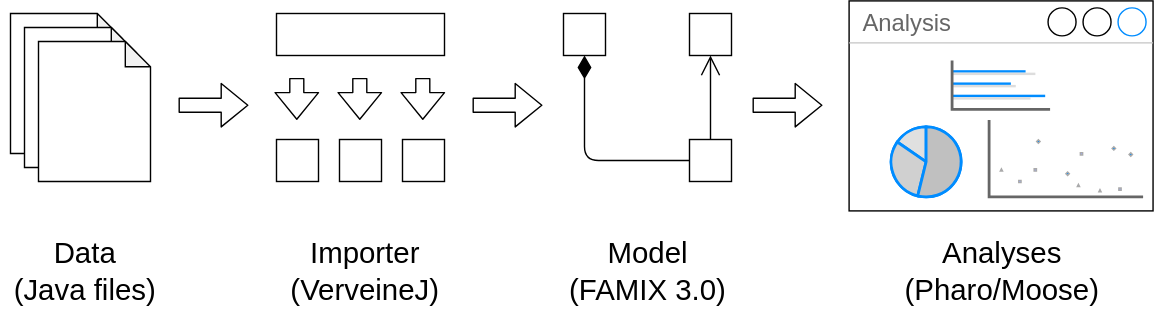
Earlier version of the draw.io export src/content/docs/blog/img/posts/towards-analyzing-typescript/puzzle.drawio.svg (moosetechnology/moosetechnology.github.io). Source tidied: cells renumbered, new cells last; positions are measured from the earlier drawing's top-left corner, leaving out a move shared by most shapes.
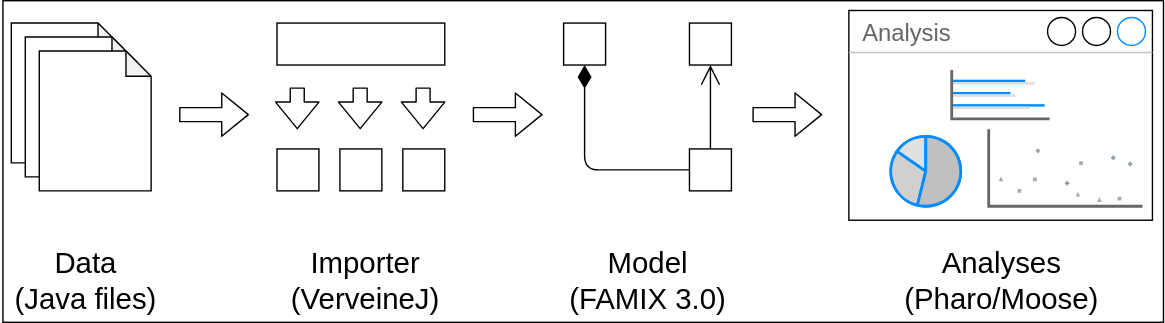
The same file after the commit.

Commit message:
background in towards-analyzing-typescript

What changed in the source:
```diff
@@ -2,6 +2,9 @@
   <root>
     <mxCell id="0" />
     <mxCell id="1" parent="0" />
+    <mxCell id="30" style="rounded=0;whiteSpace=wrap;html=1;" parent="1" vertex="1">
+      <mxGeometry x="1" y="-7" width="830" height="230" as="geometry" />
+    </mxCell>
     <mxCell id="2" style="rounded=0;whiteSpace=wrap;html=1;" parent="1" vertex="1">
       <mxGeometry x="197" y="9" width="120" height="30" as="geometry" />
     </mxCell>
```
